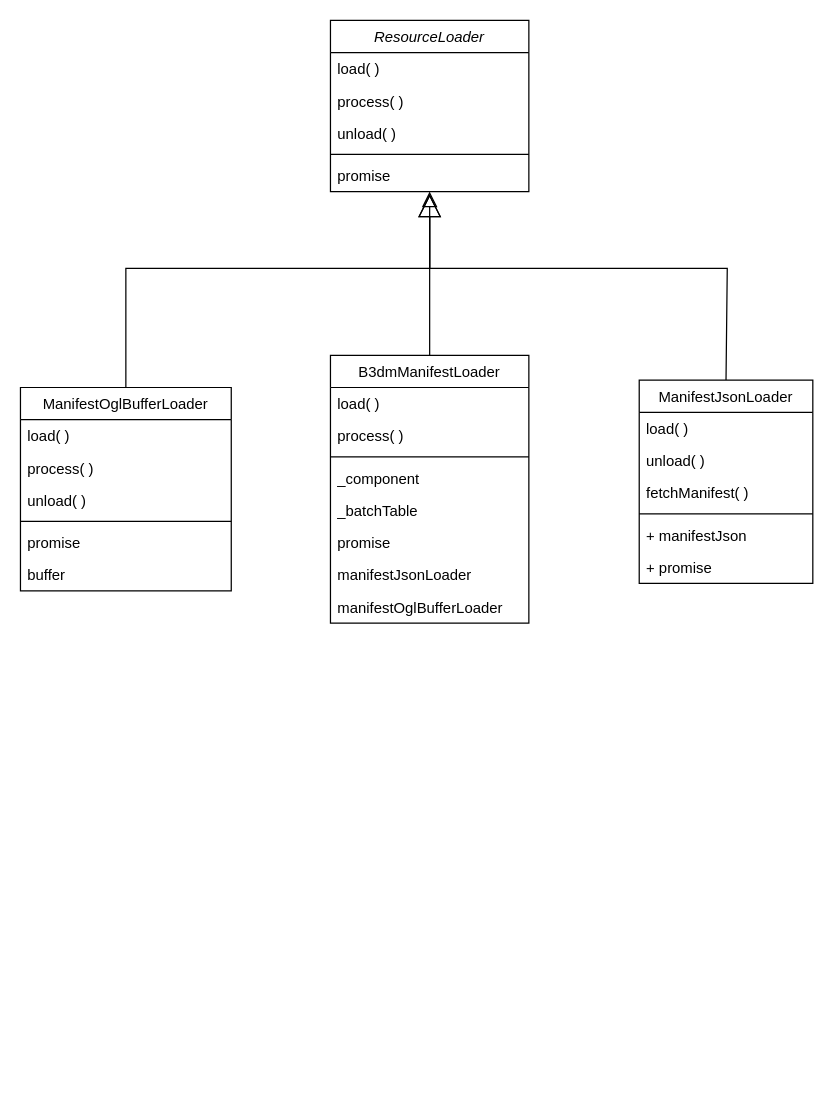
The draw.io diagram drawio/未命名绘图.drawio in airchik/terrain, before the edit. Source tidied: cells renumbered, new cells numbered last; positions are measured from the earlier drawing's top-left corner, leaving out a move shared by most shapes. Both pictures are drawn from the tidied source at 124%, with x=0, y=0 at pixel (20, 20).
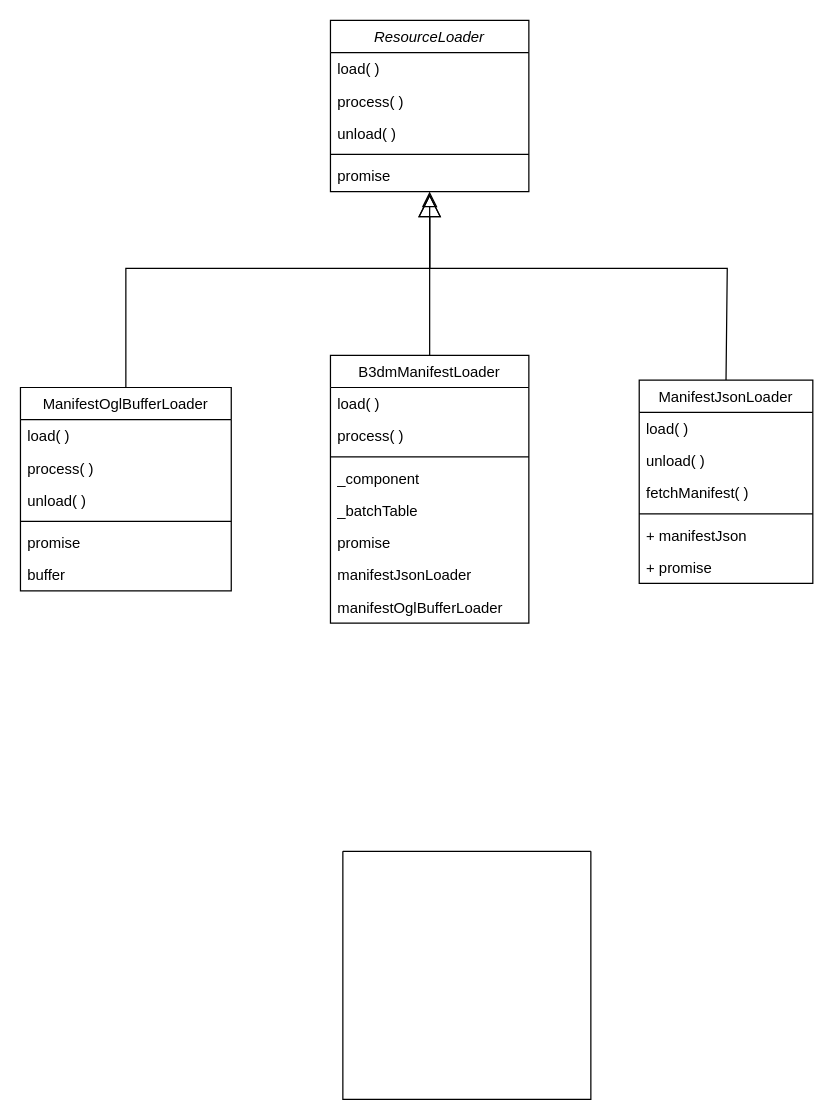
The same page after the edit.

Diff of the diagram source:
```diff
@@
+    <mxCell id="34" style="swimlane;startSize=0;strokeColor=default;" parent="1" vertex="1">
+      <mxGeometry x="260" y="670" width="200" height="200" as="geometry" />
+    </mxCell>
```
